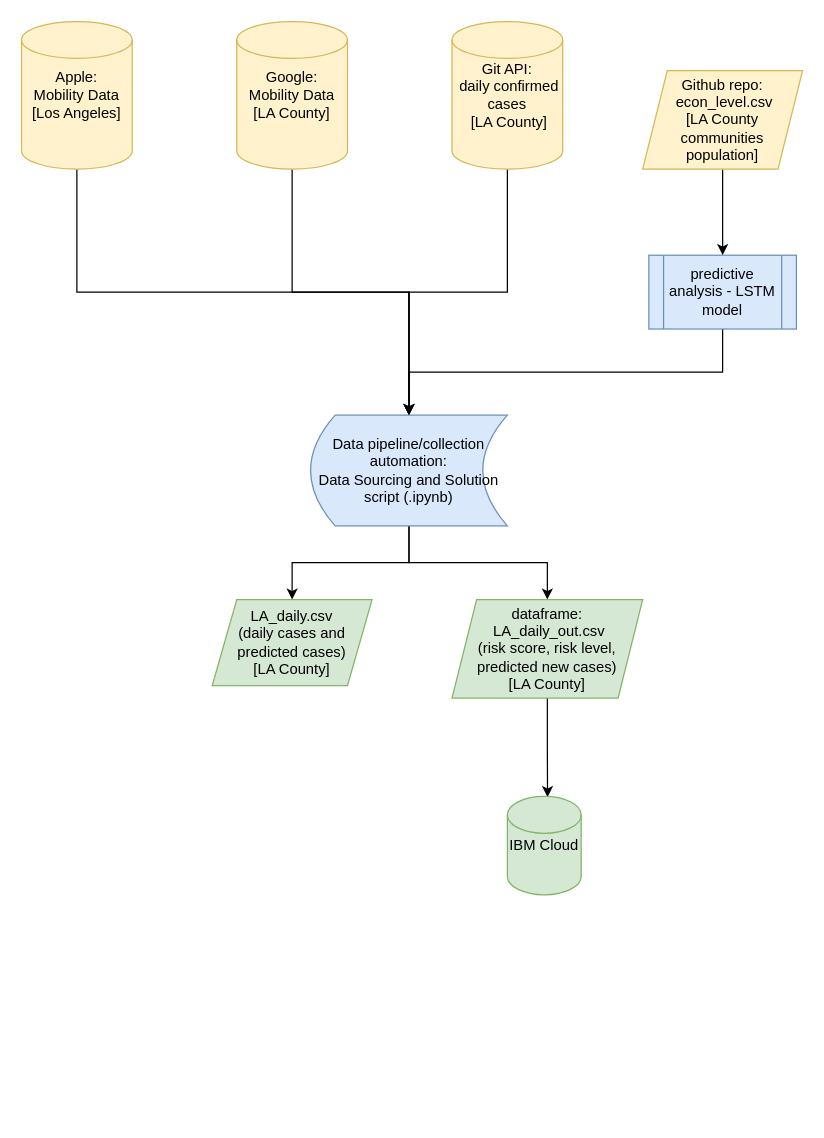
This is Risk-Score-UMich-Workflow.drawio from skasralikar/Risk-Score-1-UMichZJU, a draw.io file, before an edit. Source tidied: cells renumbered, new cells numbered last; positions are measured from the earlier drawing's top-left corner, leaving out a move shared by most shapes. Both pictures are drawn from the tidied source at 123%, with x=0, y=0 at pixel (21, 21).
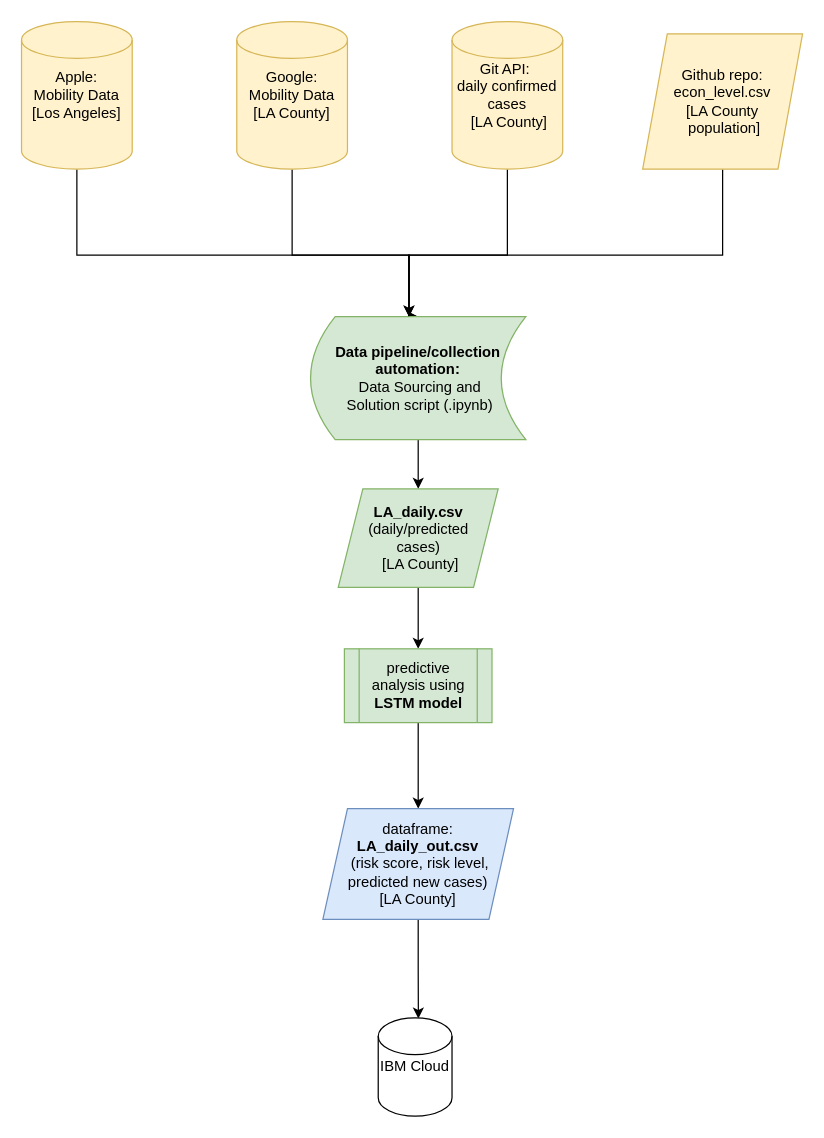
The same diagram, later.

Commit message (it also covers changes not shown here):
finalized workflow

Unchanged cells that the change refers to:
```xml
<mxCell id="5" value="Apple: &lt;br&gt;Mobility Data [Los Angeles]" style="shape=cylinder2;whiteSpace=wrap;html=1;boundedLbl=1;backgroundOutline=1;size=15;fillColor=#fff2cc;strokeColor=#d6b656;" parent="1" vertex="1">
  <mxGeometry width="90" height="120" as="geometry" />
</mxCell>
<mxCell id="7" value="Google:&lt;br&gt;Mobility Data [LA County]" style="shape=cylinder2;whiteSpace=wrap;html=1;boundedLbl=1;backgroundOutline=1;size=15;fillColor=#fff2cc;strokeColor=#d6b656;" parent="1" vertex="1">
  <mxGeometry x="175" width="90" height="120" as="geometry" />
</mxCell>
```

Diff of the diagram source:
```diff
@@
     <mxCell id="2" style="edgeStyle=orthogonalEdgeStyle;rounded=0;jettySize=auto;html=1;entryX=0.5;entryY=0;entryDx=0;entryDy=0;" parent="1" edge="1" source="3" target="10">
-      <mxGeometry relative="1" as="geometry" />
+      <mxGeometry relative="1" as="geometry">
+        <Array as="points">
+          <mxPoint x="395" y="190" />
+          <mxPoint x="315" y="190" />
+        </Array>
+      </mxGeometry>
     </mxCell>
-    <mxCell id="3" value="&lt;div&gt;&lt;span&gt;Git API:&lt;/span&gt;&lt;/div&gt;&lt;div&gt;&lt;span&gt;&amp;nbsp;daily confirmed cases&lt;/span&gt;&lt;/div&gt;&lt;div&gt;&lt;span&gt;&amp;nbsp;[LA County]&lt;/span&gt;&lt;/div&gt;" style="shape=cylinder2;whiteSpace=wrap;html=1;boundedLbl=1;backgroundOutline=1;size=15;align=center;fillColor=#fff2cc;strokeColor=#d6b656;" parent="1" vertex="1">
+    <mxCell id="3" value="&lt;div&gt;&lt;span&gt;Git API:&amp;nbsp;&lt;/span&gt;&lt;/div&gt;&lt;div&gt;&lt;span&gt;daily confirmed cases&lt;/span&gt;&lt;/div&gt;&lt;div&gt;&lt;span&gt;&amp;nbsp;[LA County]&lt;/span&gt;&lt;/div&gt;" style="shape=cylinder2;whiteSpace=wrap;html=1;boundedLbl=1;backgroundOutline=1;size=15;align=center;fillColor=#fff2cc;strokeColor=#d6b656;" parent="1" vertex="1">
       <mxGeometry x="350" width="90" height="120" as="geometry" />
     </mxCell>
     <mxCell id="4" style="edgeStyle=orthogonalEdgeStyle;rounded=0;jettySize=auto;html=1;" parent="1" edge="1" source="5" target="10">
       <mxGeometry relative="1" as="geometry">
         <Array as="points">
-          <mxPoint x="45" y="220" />
-          <mxPoint x="315" y="220" />
+          <mxPoint x="45" y="190" />
+          <mxPoint x="315" y="190" />
         </Array>
       </mxGeometry>
     </mxCell>
@@
     <mxCell id="6" style="edgeStyle=orthogonalEdgeStyle;rounded=0;jettySize=auto;html=1;entryX=0.5;entryY=0;entryDx=0;entryDy=0;" parent="1" edge="1" source="7" target="10">
-      <mxGeometry relative="1" as="geometry" />
+      <mxGeometry relative="1" as="geometry">
+        <Array as="points">
+          <mxPoint x="220" y="190" />
+          <mxPoint x="315" y="190" />
+        </Array>
+      </mxGeometry>
     </mxCell>
@@
-    <mxCell id="9" style="edgeStyle=orthogonalEdgeStyle;rounded=0;jettySize=auto;html=1;exitX=0.5;exitY=1;exitDx=0;exitDy=0;entryX=0.5;entryY=0;entryDx=0;entryDy=0;" parent="1" edge="1" source="10" target="17">
-      <mxGeometry relative="1" as="geometry" />
-    </mxCell>
-    <mxCell id="10" value="&lt;span&gt;Data pipeline/collection automation: &lt;br&gt;Data Sourcing and Solution script (.ipynb)&lt;/span&gt;" style="shape=dataStorage;whiteSpace=wrap;html=1;fixedSize=1;fillColor=#dae8fc;strokeColor=#6c8ebf;" parent="1" vertex="1">
-      <mxGeometry x="235" y="320" width="160" height="90" as="geometry" />
+    <mxCell id="10" value="&lt;span&gt;&lt;b&gt;Data pipeline/collection automation:&lt;/b&gt;&lt;br&gt;&amp;nbsp;Data Sourcing and&lt;br&gt;&amp;nbsp;Solution script (.ipynb)&lt;/span&gt;" style="shape=dataStorage;whiteSpace=wrap;html=1;fixedSize=1;fillColor=#d5e8d4;strokeColor=#82b366;" parent="1" vertex="1">
+      <mxGeometry x="235" y="240" width="175" height="100" as="geometry" />
     </mxCell>
-    <mxCell id="11" style="edgeStyle=orthogonalEdgeStyle;rounded=0;jettySize=auto;html=1;entryX=0.5;entryY=0;entryDx=0;entryDy=0;" parent="1" edge="1" source="12" target="15">
-      <mxGeometry relative="1" as="geometry" />
-    </mxCell>
+    <mxCell id="19" style="edgeStyle=orthogonalEdgeStyle;rounded=0;jettySize=auto;html=1;exitX=0.5;exitY=1;exitDx=0;exitDy=0;" parent="1" edge="1" source="12" target="10">
+      <mxGeometry relative="1" as="geometry">
+        <Array as="points">
+          <mxPoint x="570" y="190" />
+          <mxPoint x="315" y="190" />
+        </Array>
+      </mxGeometry>
+    </mxCell>
-    <mxCell id="12" value="Github repo:&lt;br&gt;&amp;nbsp;econ_level.csv &lt;br&gt;[LA County communities population]" style="shape=parallelogram;perimeter=parallelogramPerimeter;whiteSpace=wrap;html=1;fixedSize=1;fillColor=#fff2cc;strokeColor=#d6b656;" parent="1" vertex="1">
-      <mxGeometry x="505" y="40" width="130" height="80" as="geometry" />
+    <mxCell id="12" value="Github repo: econ_level.csv &lt;br&gt;[LA County&lt;br&gt;&amp;nbsp;population]" style="shape=parallelogram;perimeter=parallelogramPerimeter;whiteSpace=wrap;html=1;fixedSize=1;fillColor=#fff2cc;strokeColor=#d6b656;" parent="1" vertex="1">
+      <mxGeometry x="505" y="10" width="130" height="110" as="geometry" />
     </mxCell>
+    <mxCell id="20" style="edgeStyle=orthogonalEdgeStyle;rounded=0;jettySize=auto;html=1;" parent="1" edge="1" source="13" target="15">
+      <mxGeometry relative="1" as="geometry" />
+    </mxCell>
-    <mxCell id="13" value="LA_daily.csv &lt;br&gt;(daily cases and predicted cases) &lt;br&gt;[LA County]" style="shape=parallelogram;perimeter=parallelogramPerimeter;whiteSpace=wrap;html=1;fixedSize=1;fillColor=#d5e8d4;strokeColor=#82b366;" parent="1" vertex="1">
-      <mxGeometry x="155" y="470" width="130" height="70" as="geometry" />
+    <mxCell id="13" value="&lt;b&gt;LA_daily.csv &lt;br&gt;&lt;/b&gt;(daily/predicted &lt;br&gt;cases)&lt;br&gt;&amp;nbsp;[LA County]" style="shape=parallelogram;perimeter=parallelogramPerimeter;whiteSpace=wrap;html=1;fixedSize=1;fillColor=#d5e8d4;strokeColor=#82b366;" parent="1" vertex="1">
+      <mxGeometry x="257.5" y="380" width="130" height="80" as="geometry" />
     </mxCell>
-    <mxCell id="14" style="edgeStyle=orthogonalEdgeStyle;rounded=0;jettySize=auto;html=1;exitX=0.5;exitY=1;exitDx=0;exitDy=0;entryX=0.5;entryY=0;entryDx=0;entryDy=0;" parent="1" edge="1" source="15" target="10">
-      <mxGeometry relative="1" as="geometry" />
-    </mxCell>
+    <mxCell id="21" style="edgeStyle=orthogonalEdgeStyle;rounded=0;jettySize=auto;html=1;exitX=0.5;exitY=1;exitDx=0;exitDy=0;entryX=0.5;entryY=0;entryDx=0;entryDy=0;" parent="1" edge="1" source="15" target="17">
+      <mxGeometry relative="1" as="geometry" />
+    </mxCell>
-    <mxCell id="15" value="predictive analysis - LSTM model" style="shape=process;backgroundOutline=1;fillColor=#dae8fc;strokeColor=#6c8ebf;whiteSpace=wrap;html=1;" parent="1" vertex="1">
-      <mxGeometry x="510" y="190" width="120" height="60" as="geometry" />
+    <mxCell id="15" value="predictive analysis using &lt;b&gt;LSTM model&lt;/b&gt;" style="shape=process;whiteSpace=wrap;html=1;backgroundOutline=1;fillColor=#d5e8d4;strokeColor=#82b366;" parent="1" vertex="1">
+      <mxGeometry x="262.5" y="510" width="120" height="60" as="geometry" />
     </mxCell>
@@
-    <mxCell id="17" value="dataframe:&lt;br&gt;&amp;nbsp;LA_daily_out.csv &lt;br&gt;(risk score, risk level, predicted new cases) &lt;br&gt;[LA County]" style="shape=parallelogram;perimeter=parallelogramPerimeter;whiteSpace=wrap;html=1;fixedSize=1;fillColor=#d5e8d4;strokeColor=#82b366;" parent="1" vertex="1">
-      <mxGeometry x="350" y="470" width="155" height="80" as="geometry" />
+    <mxCell id="17" value="dataframe: &lt;br&gt;&lt;b&gt;LA_daily_out.csv&lt;br&gt;&lt;/b&gt;&amp;nbsp;(risk score, risk level, predicted new cases)&lt;br&gt;[LA County]" style="shape=parallelogram;perimeter=parallelogramPerimeter;whiteSpace=wrap;html=1;fixedSize=1;fillColor=#dae8fc;strokeColor=#6c8ebf;" parent="1" vertex="1">
+      <mxGeometry x="245" y="640" width="155" height="90" as="geometry" />
     </mxCell>
-    <mxCell id="18" value="IBM Cloud" style="shape=cylinder2;whiteSpace=wrap;html=1;boundedLbl=1;backgroundOutline=1;size=15;fillColor=#d5e8d4;strokeColor=#82b366;" parent="1" vertex="1">
-      <mxGeometry x="395" y="630" width="60" height="80" as="geometry" />
+    <mxCell id="18" value="IBM Cloud" style="shape=cylinder2;whiteSpace=wrap;html=1;boundedLbl=1;backgroundOutline=1;size=15;" parent="1" vertex="1">
+      <mxGeometry x="290" y="810" width="60" height="80" as="geometry" />
     </mxCell>
```
